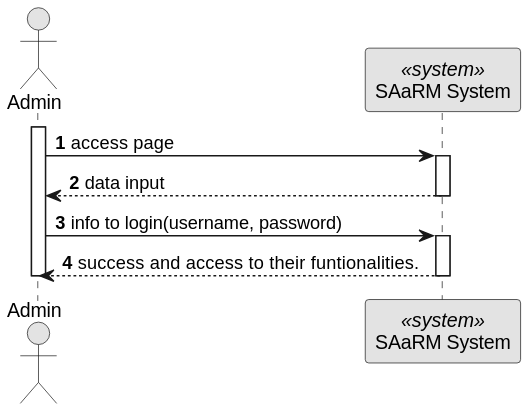
Ana-Miguel-Silva/SurgicalAppointmentAndResourceManagement keeps this PlantUML diagram as docs/BackofficeModule/7.2.13/sequence-diagram-1.svg. Above is the earlier version.
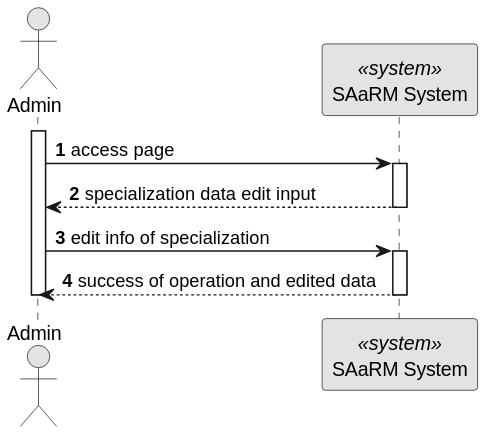
Later version of the same file.

The edit, as a diff of the source:
```diff
@@ -11,11 +11,11 @@
 activate AD
 AD -> SYS: access page
 activate SYS
-SYS --> AD : data input
+SYS --> AD : specialization data edit input
 deactivate SYS
-AD -> SYS : info to login(username, password)
+AD -> SYS : edit info of specialization
 activate SYS
-SYS --> AD : success and access to their funtionalities.
+SYS --> AD : success of operation and edited data
 
 deactivate SYS
 
```
